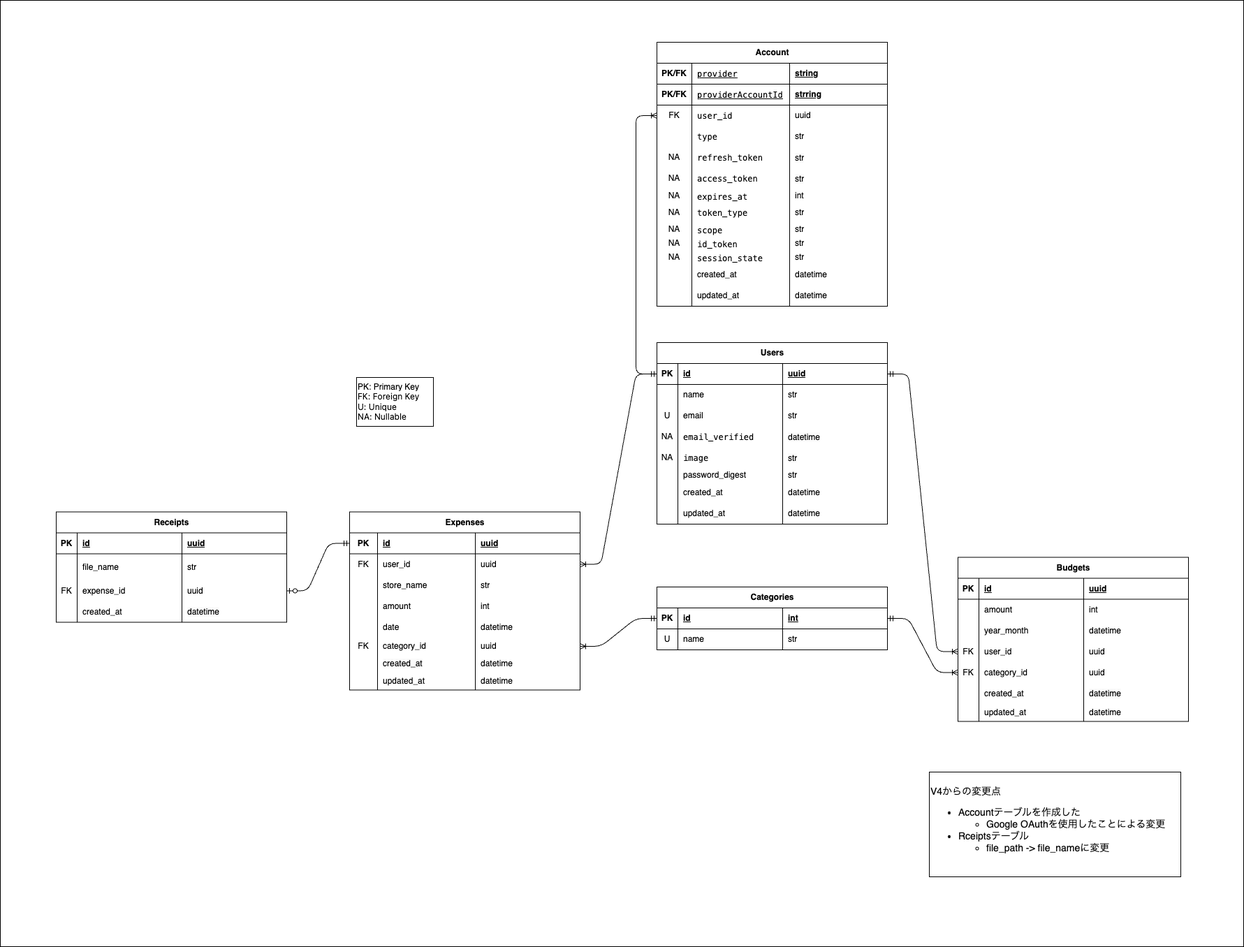
This is architecture/ER/ER_v5.png from ogaogs/receipt-scanner, a draw.io export, as it was before one commit. Source tidied: cells renumbered, new cells last; positions are measured from the earlier drawing's top-left corner, leaving out a move shared by most shapes.
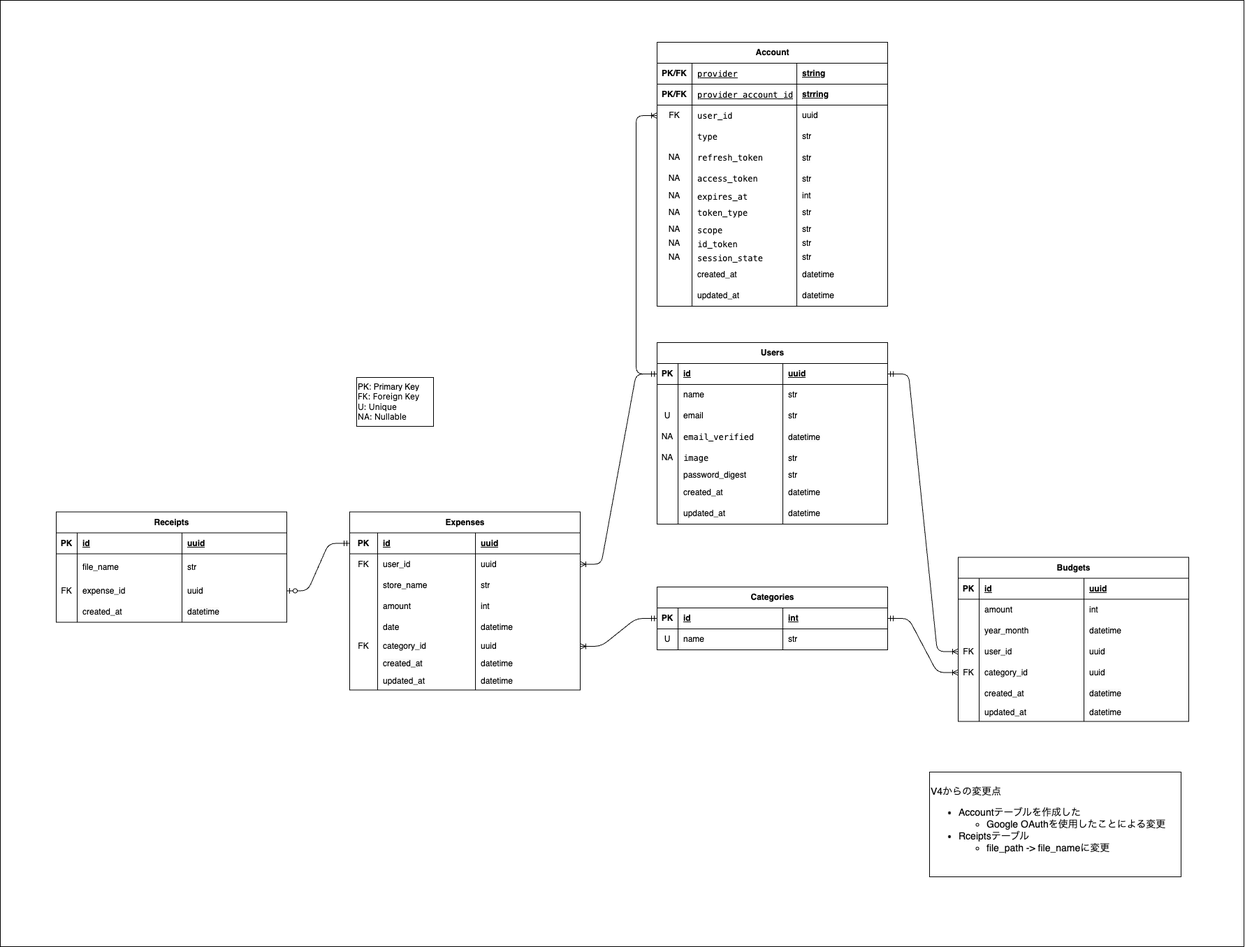
The same diagram one commit later.

Commit message:
ER_v5を正式なものに置き換えた (#133)

Change to the diagram source:
```diff
@@ -399,10 +399,10 @@
       <mxGeometry width="50" height="30" as="geometry" />
     </mxCell>
     <mxCell id="134" value="&lt;div style=&quot;background-color: rgb(255, 255, 255); font-family: Menlo, Monaco, &amp;quot;Courier New&amp;quot;, monospace; font-weight: normal; line-height: 18px;&quot;&gt;provider&lt;/div&gt;" style="shape=partialRectangle;fillColor=none;top=0;left=0;bottom=0;right=0;align=left;spacingLeft=6;fontStyle=5;overflow=hidden;whiteSpace=wrap;html=1;fontColor=#000000;" parent="132" vertex="1">
-      <mxGeometry x="50" width="140" height="30" as="geometry" />
+      <mxGeometry x="50" width="150" height="30" as="geometry" />
     </mxCell>
     <mxCell id="135" value="string" style="shape=partialRectangle;fillColor=none;top=0;left=0;bottom=0;right=0;align=left;spacingLeft=6;fontStyle=5;overflow=hidden;whiteSpace=wrap;html=1;" parent="132" vertex="1">
-      <mxGeometry x="190" width="140" height="30" as="geometry" />
+      <mxGeometry x="200" width="130" height="30" as="geometry" />
     </mxCell>
     <mxCell id="136" style="shape=tableRow;horizontal=0;startSize=0;swimlaneHead=0;swimlaneBody=0;fillColor=none;top=0;left=0;right=0;bottom=1;" parent="131" vertex="1">
       <mxGeometry y="60" width="330" height="30" as="geometry" />
@@ -410,11 +410,11 @@
     <mxCell id="137" value="PK/FK" style="shape=partialRectangle;fillColor=none;top=0;left=0;bottom=0;right=0;fontStyle=1;overflow=hidden;whiteSpace=wrap;html=1;" parent="136" vertex="1">
       <mxGeometry width="50" height="30" as="geometry" />
     </mxCell>
-    <mxCell id="138" value="&lt;div style=&quot;background-color: rgb(255, 255, 255); font-family: Menlo, Monaco, &amp;quot;Courier New&amp;quot;, monospace; font-weight: normal; line-height: 18px;&quot;&gt;&lt;span style=&quot;&quot;&gt;providerAccountId&lt;/span&gt;&lt;/div&gt;" style="shape=partialRectangle;fillColor=none;top=0;left=0;bottom=0;right=0;align=left;spacingLeft=6;fontStyle=5;overflow=hidden;whiteSpace=wrap;html=1;fontColor=#000000;" parent="136" vertex="1">
-      <mxGeometry x="50" width="140" height="30" as="geometry" />
+    <mxCell id="138" value="&lt;div style=&quot;background-color: rgb(255, 255, 255); font-family: Menlo, Monaco, &amp;quot;Courier New&amp;quot;, monospace; font-weight: normal; line-height: 18px;&quot;&gt;&lt;span style=&quot;&quot;&gt;provider_account_id&lt;/span&gt;&lt;/div&gt;" style="shape=partialRectangle;fillColor=none;top=0;left=0;bottom=0;right=0;align=left;spacingLeft=6;fontStyle=5;overflow=hidden;whiteSpace=wrap;html=1;fontColor=#000000;" parent="136" vertex="1">
+      <mxGeometry x="50" width="150" height="30" as="geometry" />
     </mxCell>
     <mxCell id="139" value="strring" style="shape=partialRectangle;fillColor=none;top=0;left=0;bottom=0;right=0;align=left;spacingLeft=6;fontStyle=5;overflow=hidden;whiteSpace=wrap;html=1;" parent="136" vertex="1">
-      <mxGeometry x="190" width="140" height="30" as="geometry" />
+      <mxGeometry x="200" width="130" height="30" as="geometry" />
     </mxCell>
     <mxCell id="140" style="shape=tableRow;horizontal=0;startSize=0;swimlaneHead=0;swimlaneBody=0;fillColor=none;points=[[0,0.5],[1,0.5]];portConstraint=eastwest;top=0;left=0;right=0;bottom=0;" parent="131" vertex="1">
       <mxGeometry y="90" width="330" height="30" as="geometry" />
@@ -423,10 +423,10 @@
       <mxGeometry width="50" height="30" as="geometry" />
     </mxCell>
     <mxCell id="142" value="&lt;div style=&quot;background-color: rgb(255, 255, 255); font-family: Menlo, Monaco, &amp;quot;Courier New&amp;quot;, monospace; line-height: 18px;&quot;&gt;&lt;div style=&quot;line-height: 18px;&quot;&gt;&lt;span style=&quot;&quot;&gt;user_id&lt;/span&gt;&lt;/div&gt;&lt;/div&gt;" style="shape=partialRectangle;fillColor=none;top=0;left=0;bottom=0;right=0;align=left;spacingLeft=6;overflow=hidden;whiteSpace=wrap;html=1;fontColor=#000000;" parent="140" vertex="1">
-      <mxGeometry x="50" width="140" height="30" as="geometry" />
+      <mxGeometry x="50" width="150" height="30" as="geometry" />
     </mxCell>
     <mxCell id="143" value="uuid" style="shape=partialRectangle;fillColor=none;top=0;left=0;bottom=0;right=0;align=left;spacingLeft=6;overflow=hidden;whiteSpace=wrap;html=1;" parent="140" vertex="1">
-      <mxGeometry x="190" width="140" height="30" as="geometry" />
+      <mxGeometry x="200" width="130" height="30" as="geometry" />
     </mxCell>
     <mxCell id="144" style="shape=tableRow;horizontal=0;startSize=0;swimlaneHead=0;swimlaneBody=0;fillColor=none;top=0;left=0;right=0;bottom=0;" parent="131" vertex="1">
       <mxGeometry y="120" width="330" height="30" as="geometry" />
@@ -435,10 +435,10 @@
       <mxGeometry width="50" height="30" as="geometry" />
     </mxCell>
     <mxCell id="146" value="&lt;div style=&quot;background-color: rgb(255, 255, 255); font-family: Menlo, Monaco, &amp;quot;Courier New&amp;quot;, monospace; line-height: 18px;&quot;&gt;&lt;span style=&quot;&quot;&gt;type&lt;/span&gt;&lt;/div&gt;" style="shape=partialRectangle;fillColor=none;top=0;left=0;bottom=0;right=0;align=left;spacingLeft=6;overflow=hidden;whiteSpace=wrap;html=1;fontColor=#000000;" parent="144" vertex="1">
-      <mxGeometry x="50" width="140" height="30" as="geometry" />
+      <mxGeometry x="50" width="150" height="30" as="geometry" />
     </mxCell>
     <mxCell id="147" value="str" style="shape=partialRectangle;fillColor=none;top=0;left=0;bottom=0;right=0;align=left;spacingLeft=6;overflow=hidden;whiteSpace=wrap;html=1;" parent="144" vertex="1">
-      <mxGeometry x="190" width="140" height="30" as="geometry" />
+      <mxGeometry x="200" width="130" height="30" as="geometry" />
     </mxCell>
     <mxCell id="148" style="shape=tableRow;horizontal=0;startSize=0;swimlaneHead=0;swimlaneBody=0;fillColor=none;top=0;left=0;right=0;bottom=0;" parent="131" vertex="1">
       <mxGeometry y="150" width="330" height="30" as="geometry" />
@@ -447,10 +447,10 @@
       <mxGeometry width="50" height="30" as="geometry" />
     </mxCell>
     <mxCell id="150" value="&lt;div style=&quot;background-color: rgb(255, 255, 255); font-family: Menlo, Monaco, &amp;quot;Courier New&amp;quot;, monospace; font-weight: normal; font-size: 12px; line-height: 18px;&quot;&gt;&lt;div style=&quot;line-height: 18px;&quot;&gt;&lt;div style=&quot;line-height: 18px;&quot;&gt;&lt;span style=&quot;&quot;&gt;refresh_token&lt;/span&gt;&lt;/div&gt;&lt;/div&gt;&lt;/div&gt;" style="shape=partialRectangle;fillColor=none;top=0;left=0;bottom=0;right=0;align=left;spacingLeft=6;overflow=hidden;whiteSpace=wrap;html=1;fontColor=#000000;" parent="148" vertex="1">
-      <mxGeometry x="50" width="140" height="30" as="geometry" />
+      <mxGeometry x="50" width="150" height="30" as="geometry" />
     </mxCell>
     <mxCell id="151" value="&lt;div style=&quot;background-color: rgb(255, 255, 255); font-family: Menlo, Monaco, &amp;quot;Courier New&amp;quot;, monospace; font-weight: normal; font-size: 12px; line-height: 18px;&quot;&gt;&lt;span style=&quot;font-family: Helvetica; background-color: rgb(251, 251, 251);&quot;&gt;str&lt;/span&gt;&lt;br&gt;&lt;/div&gt;" style="shape=partialRectangle;fillColor=none;top=0;left=0;bottom=0;right=0;align=left;spacingLeft=6;overflow=hidden;whiteSpace=wrap;html=1;fontColor=#000000;" parent="148" vertex="1">
-      <mxGeometry x="190" width="140" height="30" as="geometry" />
+      <mxGeometry x="200" width="130" height="30" as="geometry" />
     </mxCell>
     <mxCell id="152" style="shape=tableRow;horizontal=0;startSize=0;swimlaneHead=0;swimlaneBody=0;fillColor=none;top=0;left=0;right=0;bottom=0;" parent="131" vertex="1">
       <mxGeometry y="180" width="330" height="30" as="geometry" />
@@ -459,10 +459,10 @@
       <mxGeometry width="50" height="30" as="geometry" />
     </mxCell>
     <mxCell id="154" value="&lt;div style=&quot;background-color: rgb(255, 255, 255); font-family: Menlo, Monaco, &amp;quot;Courier New&amp;quot;, monospace; line-height: 18px;&quot;&gt;&lt;div style=&quot;line-height: 18px;&quot;&gt;&lt;span style=&quot;&quot;&gt;access_token&lt;/span&gt;&lt;/div&gt;&lt;/div&gt;" style="shape=partialRectangle;fillColor=none;top=0;left=0;bottom=0;right=0;align=left;spacingLeft=6;overflow=hidden;whiteSpace=wrap;html=1;fontColor=#000000;" parent="152" vertex="1">
-      <mxGeometry x="50" width="140" height="30" as="geometry" />
+      <mxGeometry x="50" width="150" height="30" as="geometry" />
     </mxCell>
     <mxCell id="155" value="&lt;div style=&quot;color: rgb(59, 59, 59); background-color: rgb(255, 255, 255); font-family: Menlo, Monaco, &amp;quot;Courier New&amp;quot;, monospace; line-height: 18px;&quot;&gt;&lt;span style=&quot;color: rgb(0, 0, 0); font-family: Helvetica; background-color: rgb(251, 251, 251);&quot;&gt;str&lt;/span&gt;&lt;br&gt;&lt;/div&gt;" style="shape=partialRectangle;fillColor=none;top=0;left=0;bottom=0;right=0;align=left;spacingLeft=6;overflow=hidden;whiteSpace=wrap;html=1;" parent="152" vertex="1">
-      <mxGeometry x="190" width="140" height="30" as="geometry" />
+      <mxGeometry x="200" width="130" height="30" as="geometry" />
     </mxCell>
     <mxCell id="156" style="shape=tableRow;horizontal=0;startSize=0;swimlaneHead=0;swimlaneBody=0;fillColor=none;top=0;left=0;right=0;bottom=0;" parent="131" vertex="1">
       <mxGeometry y="210" width="330" height="20" as="geometry" />
@@ -471,10 +471,10 @@
       <mxGeometry width="50" height="20" as="geometry" />
     </mxCell>
     <mxCell id="158" value="&lt;div style=&quot;background-color: rgb(255, 255, 255); font-family: Menlo, Monaco, &amp;quot;Courier New&amp;quot;, monospace; line-height: 18px;&quot;&gt;&lt;span style=&quot;&quot;&gt;expires_at&lt;/span&gt;&lt;/div&gt;" style="shape=partialRectangle;fillColor=none;top=0;left=0;bottom=0;right=0;align=left;spacingLeft=6;overflow=hidden;whiteSpace=wrap;html=1;fontColor=#000000;" parent="156" vertex="1">
-      <mxGeometry x="50" width="140" height="20" as="geometry" />
+      <mxGeometry x="50" width="150" height="20" as="geometry" />
     </mxCell>
     <mxCell id="159" value="int" style="shape=partialRectangle;fillColor=none;top=0;left=0;bottom=0;right=0;align=left;spacingLeft=6;overflow=hidden;whiteSpace=wrap;html=1;" parent="156" vertex="1">
-      <mxGeometry x="190" width="140" height="20" as="geometry" />
+      <mxGeometry x="200" width="130" height="20" as="geometry" />
     </mxCell>
     <mxCell id="160" style="shape=tableRow;horizontal=0;startSize=0;swimlaneHead=0;swimlaneBody=0;fillColor=none;top=0;left=0;right=0;bottom=0;" parent="131" vertex="1">
       <mxGeometry y="230" width="330" height="28" as="geometry" />
@@ -483,10 +483,10 @@
       <mxGeometry width="50" height="28" as="geometry" />
     </mxCell>
     <mxCell id="162" value="&lt;div style=&quot;background-color: rgb(255, 255, 255); font-family: Menlo, Monaco, &amp;quot;Courier New&amp;quot;, monospace; line-height: 18px;&quot;&gt;&lt;span style=&quot;&quot;&gt;token_type&lt;/span&gt;&lt;/div&gt;" style="shape=partialRectangle;fillColor=none;top=0;left=0;bottom=0;right=0;align=left;spacingLeft=6;overflow=hidden;whiteSpace=wrap;html=1;fontColor=#000000;" parent="160" vertex="1">
-      <mxGeometry x="50" width="140" height="28" as="geometry" />
+      <mxGeometry x="50" width="150" height="28" as="geometry" />
     </mxCell>
     <mxCell id="163" value="str" style="shape=partialRectangle;fillColor=none;top=0;left=0;bottom=0;right=0;align=left;spacingLeft=6;overflow=hidden;whiteSpace=wrap;html=1;" parent="160" vertex="1">
-      <mxGeometry x="190" width="140" height="28" as="geometry" />
+      <mxGeometry x="200" width="130" height="28" as="geometry" />
     </mxCell>
     <mxCell id="164" style="shape=tableRow;horizontal=0;startSize=0;swimlaneHead=0;swimlaneBody=0;fillColor=none;top=0;left=0;right=0;bottom=0;" parent="131" vertex="1">
       <mxGeometry y="258" width="330" height="20" as="geometry" />
@@ -495,10 +495,10 @@
       <mxGeometry width="50" height="20" as="geometry" />
     </mxCell>
     <mxCell id="166" value="&lt;div style=&quot;background-color: rgb(255, 255, 255); font-family: Menlo, Monaco, &amp;quot;Courier New&amp;quot;, monospace; line-height: 18px;&quot;&gt;&lt;span style=&quot;&quot;&gt;scope&lt;/span&gt;&lt;/div&gt;" style="shape=partialRectangle;fillColor=none;top=0;left=0;bottom=0;right=0;align=left;spacingLeft=6;overflow=hidden;whiteSpace=wrap;html=1;fontColor=#000000;" parent="164" vertex="1">
-      <mxGeometry x="50" width="140" height="20" as="geometry" />
+      <mxGeometry x="50" width="150" height="20" as="geometry" />
     </mxCell>
     <mxCell id="167" value="str" style="shape=partialRectangle;fillColor=none;top=0;left=0;bottom=0;right=0;align=left;spacingLeft=6;overflow=hidden;whiteSpace=wrap;html=1;" parent="164" vertex="1">
-      <mxGeometry x="190" width="140" height="20" as="geometry" />
+      <mxGeometry x="200" width="130" height="20" as="geometry" />
     </mxCell>
     <mxCell id="168" style="shape=tableRow;horizontal=0;startSize=0;swimlaneHead=0;swimlaneBody=0;fillColor=none;top=0;left=0;right=0;bottom=0;" parent="131" vertex="1">
       <mxGeometry y="278" width="330" height="20" as="geometry" />
@@ -507,10 +507,10 @@
       <mxGeometry width="50" height="20" as="geometry" />
     </mxCell>
     <mxCell id="170" value="&lt;div style=&quot;background-color: rgb(255, 255, 255); font-family: Menlo, Monaco, &amp;quot;Courier New&amp;quot;, monospace; line-height: 18px;&quot;&gt;&lt;span style=&quot;&quot;&gt;id_token&lt;/span&gt;&lt;/div&gt;" style="shape=partialRectangle;fillColor=none;top=0;left=0;bottom=0;right=0;align=left;spacingLeft=6;overflow=hidden;whiteSpace=wrap;html=1;fontColor=#000000;" parent="168" vertex="1">
-      <mxGeometry x="50" width="140" height="20" as="geometry" />
+      <mxGeometry x="50" width="150" height="20" as="geometry" />
     </mxCell>
     <mxCell id="171" value="str" style="shape=partialRectangle;fillColor=none;top=0;left=0;bottom=0;right=0;align=left;spacingLeft=6;overflow=hidden;whiteSpace=wrap;html=1;" parent="168" vertex="1">
-      <mxGeometry x="190" width="140" height="20" as="geometry" />
+      <mxGeometry x="200" width="130" height="20" as="geometry" />
     </mxCell>
     <mxCell id="172" style="shape=tableRow;horizontal=0;startSize=0;swimlaneHead=0;swimlaneBody=0;fillColor=none;top=0;left=0;right=0;bottom=0;" parent="131" vertex="1">
       <mxGeometry y="298" width="330" height="20" as="geometry" />
@@ -519,10 +519,10 @@
       <mxGeometry width="50" height="20" as="geometry" />
     </mxCell>
     <mxCell id="174" value="&lt;div style=&quot;background-color: rgb(255, 255, 255); font-family: Menlo, Monaco, &amp;quot;Courier New&amp;quot;, monospace; line-height: 18px;&quot;&gt;&lt;span style=&quot;&quot;&gt;session_state&lt;/span&gt;&lt;/div&gt;" style="shape=partialRectangle;fillColor=none;top=0;left=0;bottom=0;right=0;align=left;spacingLeft=6;overflow=hidden;whiteSpace=wrap;html=1;fontColor=#000000;" parent="172" vertex="1">
-      <mxGeometry x="50" width="140" height="20" as="geometry" />
+      <mxGeometry x="50" width="150" height="20" as="geometry" />
     </mxCell>
     <mxCell id="175" value="str" style="shape=partialRectangle;fillColor=none;top=0;left=0;bottom=0;right=0;align=left;spacingLeft=6;overflow=hidden;whiteSpace=wrap;html=1;" parent="172" vertex="1">
-      <mxGeometry x="190" width="140" height="20" as="geometry" />
+      <mxGeometry x="200" width="130" height="20" as="geometry" />
     </mxCell>
     <mxCell id="176" style="shape=tableRow;horizontal=0;startSize=0;swimlaneHead=0;swimlaneBody=0;fillColor=none;top=0;left=0;right=0;bottom=0;" parent="131" vertex="1">
       <mxGeometry y="318" width="330" height="30" as="geometry" />
@@ -531,10 +531,10 @@
       <mxGeometry width="50" height="30" as="geometry" />
     </mxCell>
     <mxCell id="178" value="created_at" style="shape=partialRectangle;fillColor=none;top=0;left=0;bottom=0;right=0;align=left;spacingLeft=6;overflow=hidden;whiteSpace=wrap;html=1;" parent="176" vertex="1">
-      <mxGeometry x="50" width="140" height="30" as="geometry" />
+      <mxGeometry x="50" width="150" height="30" as="geometry" />
     </mxCell>
     <mxCell id="179" value="datetime" style="shape=partialRectangle;fillColor=none;top=0;left=0;bottom=0;right=0;align=left;spacingLeft=6;overflow=hidden;whiteSpace=wrap;html=1;" parent="176" vertex="1">
-      <mxGeometry x="190" width="140" height="30" as="geometry" />
+      <mxGeometry x="200" width="130" height="30" as="geometry" />
     </mxCell>
     <mxCell id="180" style="shape=tableRow;horizontal=0;startSize=0;swimlaneHead=0;swimlaneBody=0;fillColor=none;top=0;left=0;right=0;bottom=0;" parent="131" vertex="1">
       <mxGeometry y="348" width="330" height="30" as="geometry" />
@@ -543,10 +543,10 @@
       <mxGeometry width="50" height="30" as="geometry" />
     </mxCell>
     <mxCell id="182" value="updated_at" style="shape=partialRectangle;fillColor=none;top=0;left=0;bottom=0;right=0;align=left;spacingLeft=6;overflow=hidden;whiteSpace=wrap;html=1;" parent="180" vertex="1">
-      <mxGeometry x="50" width="140" height="30" as="geometry" />
+      <mxGeometry x="50" width="150" height="30" as="geometry" />
     </mxCell>
     <mxCell id="183" value="datetime" style="shape=partialRectangle;fillColor=none;top=0;left=0;bottom=0;right=0;align=left;spacingLeft=6;overflow=hidden;whiteSpace=wrap;html=1;" parent="180" vertex="1">
-      <mxGeometry x="190" width="140" height="30" as="geometry" />
+      <mxGeometry x="200" width="130" height="30" as="geometry" />
     </mxCell>
     <mxCell id="184" style="edgeStyle=none;html=1;exitX=0;exitY=0.5;exitDx=0;exitDy=0;fontFamily=Helvetica;fontColor=#000000;endArrow=ERoneToMany;endFill=0;entryX=0;entryY=0.5;entryDx=0;entryDy=0;startArrow=ERmandOne;startFill=0;" parent="1" edge="1" source="4" target="140">
       <mxGeometry relative="1" as="geometry">
```
